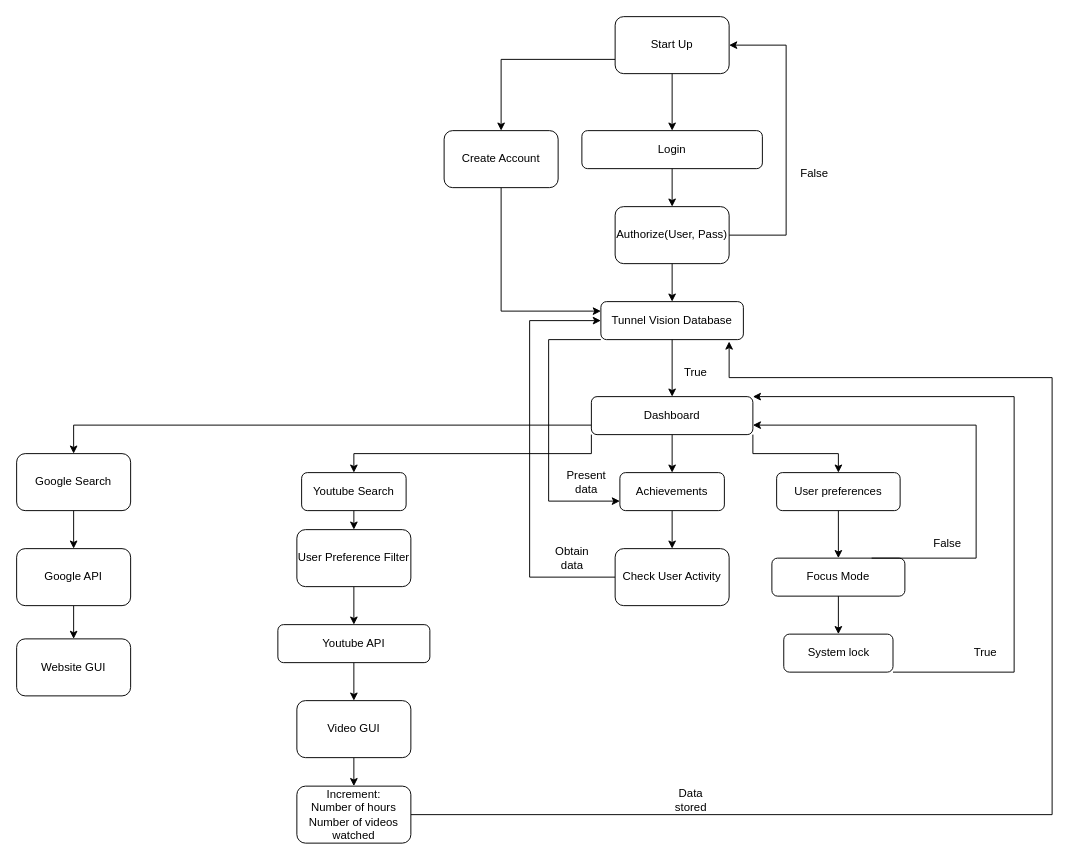
Earlier version of the draw.io diagram Documentation/Design/Design for Tunnel Vision.drawio (The-MS-LED-Group/Tunnel-Vision-Project). Source tidied: cells renumbered, new cells numbered last; positions are measured from the earlier drawing's top-left corner, leaving out a move shared by most shapes. Both pictures are drawn from the tidied source at 95%, with x=0, y=0 at pixel (16, 16).
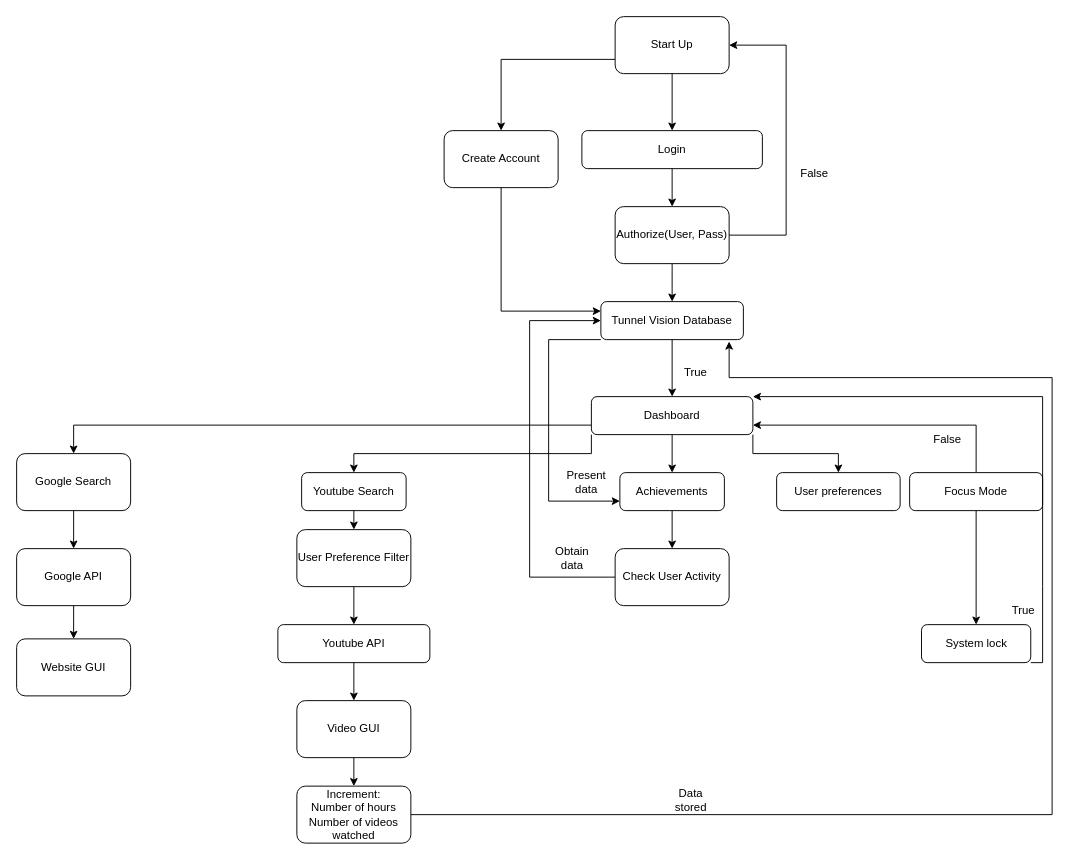
The same diagram, later.

Commit message (it also covers changes not shown here):
Added the working report for our project, and also fixed a flow issue with the design flow-chart

Unchanged cells that the change refers to:
```xml
<mxCell id="12" value="Dashboard" style="rounded=1;whiteSpace=wrap;html=1;" parent="1" vertex="1">
  <mxGeometry x="605" y="400" width="170" height="40" as="geometry" />
</mxCell>
<mxCell id="15" value="User preferences" style="rounded=1;whiteSpace=wrap;html=1;" parent="1" vertex="1">
  <mxGeometry x="800" y="480" width="130" height="40" as="geometry" />
</mxCell>
```

What changed in the source:
```diff
@@
     <mxCell id="13" value="System lock" style="rounded=1;whiteSpace=wrap;html=1;" parent="1" vertex="1">
-      <mxGeometry x="807.5" y="650" width="115" height="40" as="geometry" />
+      <mxGeometry x="952.5" y="640" width="115" height="40" as="geometry" />
     </mxCell>
-    <mxCell id="14" style="edgeStyle=orthogonalEdgeStyle;rounded=0;jettySize=auto;html=1;exitX=0.5;exitY=1;exitDx=0;exitDy=0;entryX=0.5;entryY=0;entryDx=0;entryDy=0;" parent="1" edge="1" source="15" target="27">
-      <mxGeometry relative="1" as="geometry" />
-    </mxCell>
@@
+    <mxCell id="34" style="edgeStyle=orthogonalEdgeStyle;rounded=0;jettySize=auto;html=1;exitX=0.5;exitY=0;exitDx=0;exitDy=0;entryX=1;entryY=0.75;entryDx=0;entryDy=0;" parent="1" edge="1" source="27" target="12">
+      <mxGeometry relative="1" as="geometry" />
+    </mxCell>
     <mxCell id="27" value="Focus Mode" style="rounded=1;whiteSpace=wrap;html=1;" parent="1" vertex="1">
-      <mxGeometry x="795" y="570" width="140" height="40" as="geometry" />
+      <mxGeometry x="940" y="480" width="140" height="40" as="geometry" />
     </mxCell>
@@
     <mxCell id="33" style="endArrow=classic;html=1;rounded=0;exitX=1;exitY=1;exitDx=0;exitDy=0;entryX=1;entryY=0;entryDx=0;entryDy=0;" parent="1" edge="1" source="13" target="12">
       <mxGeometry relative="1" as="geometry">
         <Array as="points">
-          <mxPoint x="1050" y="690" />
-          <mxPoint x="1050" y="400" />
+          <mxPoint x="1080" y="680" />
+          <mxPoint x="1080" y="600" />
+          <mxPoint x="1080" y="400" />
         </Array>
       </mxGeometry>
     </mxCell>
-    <mxCell id="34" style="endArrow=classic;html=1;rounded=0;exitX=0.75;exitY=0;exitDx=0;exitDy=0;entryX=1;entryY=0.75;entryDx=0;entryDy=0;" parent="1" edge="1" source="27" target="12">
-      <mxGeometry relative="1" as="geometry">
-        <Array as="points">
-          <mxPoint x="1010" y="570" />
-          <mxPoint x="1010" y="430" />
-        </Array>
-      </mxGeometry>
-    </mxCell>
     <mxCell id="35" value="True" style="text;html=1;strokeColor=none;fillColor=none;align=center;verticalAlign=middle;whiteSpace=wrap;rounded=0;" parent="1" vertex="1">
-      <mxGeometry x="990" y="655" width="60" height="30" as="geometry" />
+      <mxGeometry x="1030" y="610" width="60" height="30" as="geometry" />
     </mxCell>
     <mxCell id="36" value="False" style="text;html=1;strokeColor=none;fillColor=none;align=center;verticalAlign=middle;whiteSpace=wrap;rounded=0;" parent="1" vertex="1">
-      <mxGeometry x="950" y="540" width="60" height="30" as="geometry" />
+      <mxGeometry x="950" y="430" width="60" height="30" as="geometry" />
     </mxCell>
```
